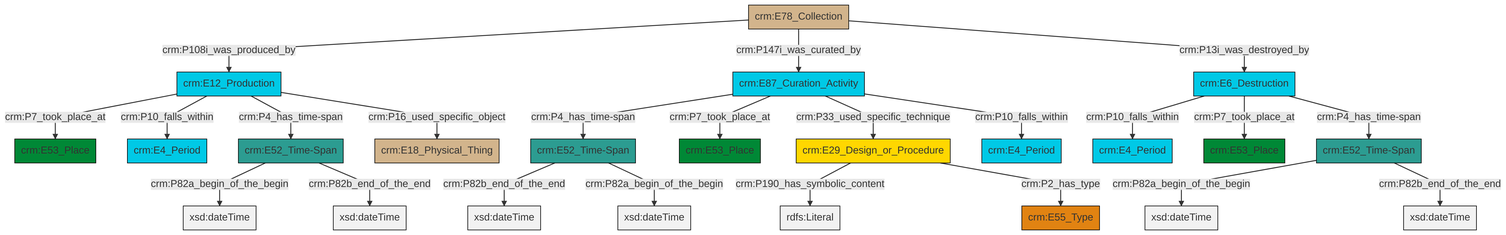
Above: et/archivalCSV/ttl/mmd/png/archival_existence.png in swiss-art-research-net/docs.swissartresearch (Mermaid), before the change. Its source is kept beside it as et/archivalCSV/ttl/mmd/archival_existence.ttl.mmd.
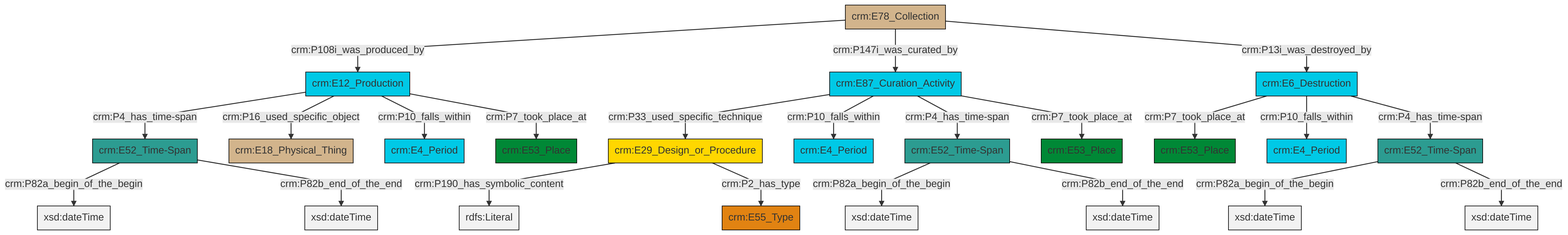
After the commit.

Diff of the diagram source:
```diff
@@ -13,25 +13,25 @@
 classDef PC_Classes fill:#4ce600, stroke:#000000;
 classDef Multi fill:#cccccc,stroke:#000000;
 
-0["crm:E6_Destruction"]:::Temporal_Entity -->|crm:P10_falls_within| 1["crm:E4_Period"]:::Temporal_Entity
-5["crm:E12_Production"]:::Temporal_Entity -->|crm:P7_took_place_at| 6["crm:E53_Place"]:::Place
-9["crm:E52_Time-Span"]:::Time-Span -->|crm:P82a_begin_of_the_begin| 10[xsd:dateTime]:::Literal
-13["crm:E87_Curation_Activity"]:::Temporal_Entity -->|crm:P4_has_time-span| 14["crm:E52_Time-Span"]:::Time-Span
-5["crm:E12_Production"]:::Temporal_Entity -->|crm:P10_falls_within| 7["crm:E4_Period"]:::Temporal_Entity
-15["crm:E29_Design_or_Procedure"]:::Conceptual_Object -->|crm:P190_has_symbolic_content| 16[rdfs:Literal]:::Literal
-0["crm:E6_Destruction"]:::Temporal_Entity -->|crm:P7_took_place_at| 17["crm:E53_Place"]:::Place
-14["crm:E52_Time-Span"]:::Time-Span -->|crm:P82b_end_of_the_end| 18[xsd:dateTime]:::Literal
-21["crm:E78_Collection"]:::Physical_Thing -->|crm:P108i_was_produced_by| 5["crm:E12_Production"]:::Temporal_Entity
-15["crm:E29_Design_or_Procedure"]:::Conceptual_Object -->|crm:P2_has_type| 22["crm:E55_Type"]:::Type
-13["crm:E87_Curation_Activity"]:::Temporal_Entity -->|crm:P7_took_place_at| 19["crm:E53_Place"]:::Place
-9["crm:E52_Time-Span"]:::Time-Span -->|crm:P82b_end_of_the_end| 23[xsd:dateTime]:::Literal
-21["crm:E78_Collection"]:::Physical_Thing -->|crm:P147i_was_curated_by| 13["crm:E87_Curation_Activity"]:::Temporal_Entity
-26["crm:E52_Time-Span"]:::Time-Span -->|crm:P82a_begin_of_the_begin| 27[xsd:dateTime]:::Literal
-13["crm:E87_Curation_Activity"]:::Temporal_Entity -->|crm:P33_used_specific_technique| 15["crm:E29_Design_or_Procedure"]:::Conceptual_Object
-5["crm:E12_Production"]:::Temporal_Entity -->|crm:P4_has_time-span| 26["crm:E52_Time-Span"]:::Time-Span
-0["crm:E6_Destruction"]:::Temporal_Entity -->|crm:P4_has_time-span| 9["crm:E52_Time-Span"]:::Time-Span
-21["crm:E78_Collection"]:::Physical_Thing -->|crm:P13i_was_destroyed_by| 0["crm:E6_Destruction"]:::Temporal_Entity
-5["crm:E12_Production"]:::Temporal_Entity -->|crm:P16_used_specific_object| 11["crm:E18_Physical_Thing"]:::Physical_Thing
-13["crm:E87_Curation_Activity"]:::Temporal_Entity -->|crm:P10_falls_within| 2["crm:E4_Period"]:::Temporal_Entity
-26["crm:E52_Time-Span"]:::Time-Span -->|crm:P82b_end_of_the_end| 34[xsd:dateTime]:::Literal
-14["crm:E52_Time-Span"]:::Time-Span -->|crm:P82a_begin_of_the_begin| 35[xsd:dateTime]:::Literal
+0["crm:E52_Time-Span"]:::Time-Span -->|crm:P82a_begin_of_the_begin| 1[xsd:dateTime]:::Literal
+0["crm:E52_Time-Span"]:::Time-Span -->|crm:P82b_end_of_the_end| 2[xsd:dateTime]:::Literal
+3["crm:E29_Design_or_Procedure"]:::Conceptual_Object -->|crm:P190_has_symbolic_content| 4[rdfs:Literal]:::Literal
+5["crm:E12_Production"]:::Temporal_Entity -->|crm:P4_has_time-span| 6["crm:E52_Time-Span"]:::Time-Span
+6["crm:E52_Time-Span"]:::Time-Span -->|crm:P82a_begin_of_the_begin| 16[xsd:dateTime]:::Literal
+17["crm:E78_Collection"]:::Physical_Thing -->|crm:P108i_was_produced_by| 5["crm:E12_Production"]:::Temporal_Entity
+6["crm:E52_Time-Span"]:::Time-Span -->|crm:P82b_end_of_the_end| 18[xsd:dateTime]:::Literal
+9["crm:E87_Curation_Activity"]:::Temporal_Entity -->|crm:P33_used_specific_technique| 3["crm:E29_Design_or_Procedure"]:::Conceptual_Object
+13["crm:E6_Destruction"]:::Temporal_Entity -->|crm:P7_took_place_at| 7["crm:E53_Place"]:::Place
+5["crm:E12_Production"]:::Temporal_Entity -->|crm:P16_used_specific_object| 21["crm:E18_Physical_Thing"]:::Physical_Thing
+11["crm:E52_Time-Span"]:::Time-Span -->|crm:P82a_begin_of_the_begin| 22[xsd:dateTime]:::Literal
+9["crm:E87_Curation_Activity"]:::Temporal_Entity -->|crm:P10_falls_within| 23["crm:E4_Period"]:::Temporal_Entity
+5["crm:E12_Production"]:::Temporal_Entity -->|crm:P10_falls_within| 24["crm:E4_Period"]:::Temporal_Entity
+9["crm:E87_Curation_Activity"]:::Temporal_Entity -->|crm:P4_has_time-span| 11["crm:E52_Time-Span"]:::Time-Span
+9["crm:E87_Curation_Activity"]:::Temporal_Entity -->|crm:P7_took_place_at| 25["crm:E53_Place"]:::Place
+11["crm:E52_Time-Span"]:::Time-Span -->|crm:P82b_end_of_the_end| 28[xsd:dateTime]:::Literal
+13["crm:E6_Destruction"]:::Temporal_Entity -->|crm:P10_falls_within| 30["crm:E4_Period"]:::Temporal_Entity
+17["crm:E78_Collection"]:::Physical_Thing -->|crm:P147i_was_curated_by| 9["crm:E87_Curation_Activity"]:::Temporal_Entity
+5["crm:E12_Production"]:::Temporal_Entity -->|crm:P7_took_place_at| 26["crm:E53_Place"]:::Place
+3["crm:E29_Design_or_Procedure"]:::Conceptual_Object -->|crm:P2_has_type| 33["crm:E55_Type"]:::Type
+13["crm:E6_Destruction"]:::Temporal_Entity -->|crm:P4_has_time-span| 0["crm:E52_Time-Span"]:::Time-Span
+17["crm:E78_Collection"]:::Physical_Thing -->|crm:P13i_was_destroyed_by| 13["crm:E6_Destruction"]:::Temporal_Entity
```
